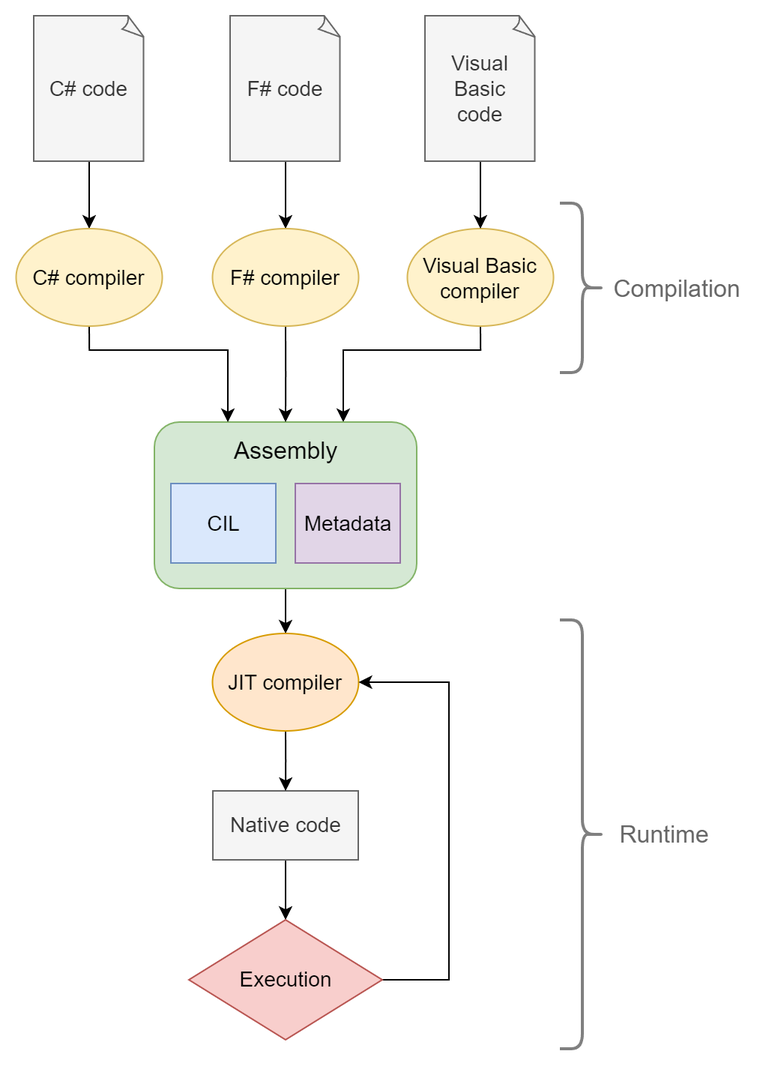
The draw.io diagram img/compilation.png in VL-CZ/master-thesis, before a commit. Source tidied: cells renumbered, new cells last; positions are measured from the earlier drawing's top-left corner, leaving out a move shared by most shapes.
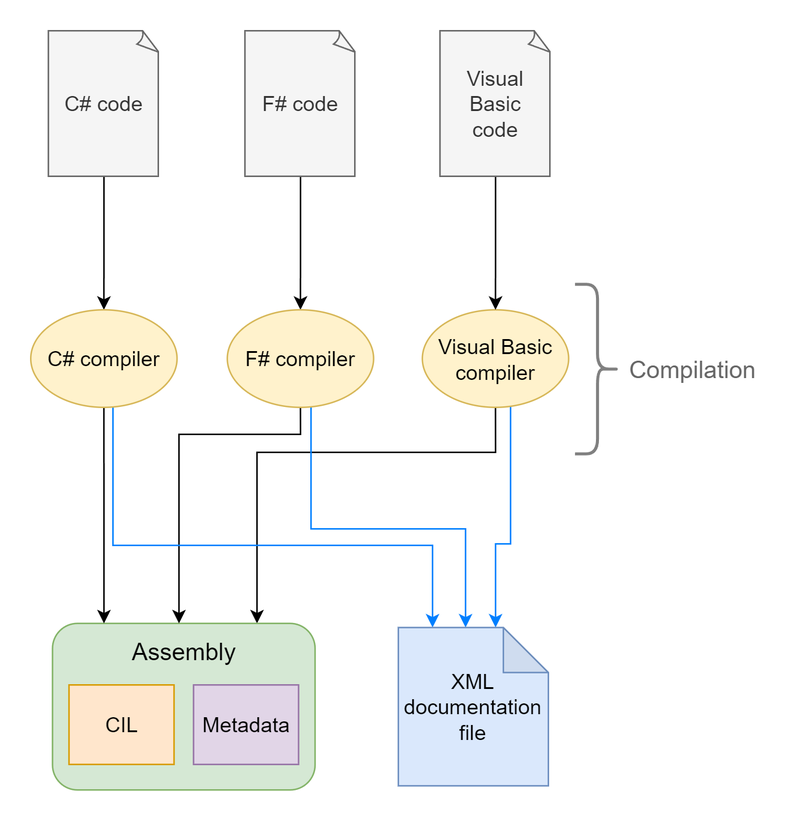
Above is the later version.

Diff of the diagram source:
```diff
@@ -2,101 +2,101 @@
   <root>
     <mxCell id="0" />
     <mxCell id="1" parent="0" />
-    <mxCell id="2" style="edgeStyle=orthogonalEdgeStyle;rounded=0;jettySize=auto;html=1;" parent="1" edge="1" source="3" target="24">
-      <mxGeometry relative="1" as="geometry" />
-    </mxCell>
-    <mxCell id="3" value="Native code" style="rounded=0;whiteSpace=wrap;html=1;fontSize=14;fillColor=#f5f5f5;fontColor=#333333;strokeColor=#666666;" parent="1" vertex="1">
-      <mxGeometry x="131.5" y="517" width="97" height="46" as="geometry" />
-    </mxCell>
-    <mxCell id="4" style="edgeStyle=orthogonalEdgeStyle;rounded=0;jettySize=auto;html=1;entryX=1;entryY=0;entryDx=0;entryDy=0;" parent="1" edge="1" source="5" target="14">
-      <mxGeometry relative="1" as="geometry">
-        <Array as="points">
-          <mxPoint x="310" y="223" />
-          <mxPoint x="219" y="223" />
-        </Array>
-      </mxGeometry>
-    </mxCell>
+    <mxCell id="29" style="edgeStyle=orthogonalEdgeStyle;rounded=0;jettySize=auto;html=1;" parent="1" edge="1" source="5" target="13">
+      <mxGeometry relative="1" as="geometry">
+        <Array as="points">
+          <mxPoint x="452.8" y="439" />
+          <mxPoint x="293.8" y="439" />
+        </Array>
+      </mxGeometry>
+    </mxCell>
+    <mxCell id="30" style="edgeStyle=orthogonalEdgeStyle;rounded=0;jettySize=auto;html=1;strokeColor=#007FFF;" parent="1" edge="1" source="5" target="34">
+      <mxGeometry relative="1" as="geometry">
+        <Array as="points">
+          <mxPoint x="462.8" y="500" />
+          <mxPoint x="452.8" y="500" />
+        </Array>
+      </mxGeometry>
+    </mxCell>
     <mxCell id="5" value="Visual Basic compiler" style="ellipse;whiteSpace=wrap;html=1;fillColor=#fff2cc;strokeColor=#d6b656;fontSize=14;" parent="1" vertex="1">
-      <mxGeometry x="261.2" y="142" width="97.5" height="65" as="geometry" />
+      <mxGeometry x="404" y="344" width="97.5" height="65" as="geometry" />
     </mxCell>
     <mxCell id="6" style="edgeStyle=orthogonalEdgeStyle;rounded=0;jettySize=auto;html=1;" parent="1" edge="1" source="7" target="5">
       <mxGeometry relative="1" as="geometry" />
     </mxCell>
     <mxCell id="7" value="Visual Basic &lt;br&gt;code" style="whiteSpace=wrap;html=1;shape=mxgraph.basic.document;fillColor=#f5f5f5;fontColor=#333333;strokeColor=#666666;fontSize=14;" parent="1" vertex="1">
-      <mxGeometry x="273" width="74" height="97" as="geometry" />
+      <mxGeometry x="415.8" y="158" width="74" height="97" as="geometry" />
     </mxCell>
     <mxCell id="8" style="edgeStyle=orthogonalEdgeStyle;rounded=0;jettySize=auto;html=1;" parent="1" edge="1" source="9" target="17">
       <mxGeometry relative="1" as="geometry" />
     </mxCell>
     <mxCell id="9" value="F# code" style="whiteSpace=wrap;html=1;shape=mxgraph.basic.document;fillColor=#f5f5f5;fontColor=#333333;strokeColor=#666666;fontSize=14;" parent="1" vertex="1">
-      <mxGeometry x="143" width="74" height="97" as="geometry" />
+      <mxGeometry x="285.8" y="158" width="74" height="97" as="geometry" />
     </mxCell>
     <mxCell id="10" style="edgeStyle=orthogonalEdgeStyle;rounded=0;jettySize=auto;html=1;" parent="1" edge="1" source="11" target="19">
       <mxGeometry relative="1" as="geometry" />
     </mxCell>
     <mxCell id="11" value="C# code" style="whiteSpace=wrap;html=1;shape=mxgraph.basic.document;fillColor=#f5f5f5;fontColor=#333333;strokeColor=#666666;fontSize=14;" parent="1" vertex="1">
-      <mxGeometry x="12" width="74" height="97" as="geometry" />
+      <mxGeometry x="154.8" y="158" width="74" height="97" as="geometry" />
     </mxCell>
-    <mxCell id="12" style="edgeStyle=orthogonalEdgeStyle;rounded=0;jettySize=auto;html=1;" parent="1" edge="1" source="13" target="21">
-      <mxGeometry relative="1" as="geometry" />
-    </mxCell>
     <mxCell id="13" style="rounded=1;whiteSpace=wrap;html=1;fillColor=#d5e8d4;strokeColor=#82b366;fontSize=14;" parent="1" vertex="1">
-      <mxGeometry x="92.5" y="271" width="175" height="111" as="geometry" />
+      <mxGeometry x="157.5" y="553" width="175" height="111" as="geometry" />
     </mxCell>
     <mxCell id="14" value="Assembly" style="text;html=1;align=center;verticalAlign=middle;whiteSpace=wrap;rounded=0;fontSize=16;" parent="1" vertex="1">
-      <mxGeometry x="141.5" y="271" width="77" height="38.5" as="geometry" />
+      <mxGeometry x="206.5" y="553" width="77" height="38.5" as="geometry" />
     </mxCell>
     <mxCell id="15" value="Metadata" style="rounded=0;whiteSpace=wrap;html=1;fillColor=#e1d5e7;strokeColor=#9673a6;fontSize=14;" parent="1" vertex="1">
-      <mxGeometry x="186.5" y="312" width="70" height="53" as="geometry" />
+      <mxGeometry x="251.5" y="594" width="70" height="53" as="geometry" />
     </mxCell>
     <mxCell id="16" style="edgeStyle=orthogonalEdgeStyle;rounded=0;jettySize=auto;html=1;" parent="1" edge="1" source="17" target="13">
-      <mxGeometry relative="1" as="geometry" />
+      <mxGeometry relative="1" as="geometry">
+        <Array as="points">
+          <mxPoint x="322.8" y="427" />
+          <mxPoint x="241.8" y="427" />
+        </Array>
+      </mxGeometry>
     </mxCell>
+    <mxCell id="31" style="edgeStyle=orthogonalEdgeStyle;rounded=0;jettySize=auto;html=1;strokeColor=#007FFF;" parent="1" edge="1" source="17" target="34">
+      <mxGeometry relative="1" as="geometry">
+        <Array as="points">
+          <mxPoint x="329.8" y="490" />
+          <mxPoint x="432.8" y="490" />
+        </Array>
+      </mxGeometry>
+    </mxCell>
     <mxCell id="17" value="F# compiler" style="ellipse;whiteSpace=wrap;html=1;fillColor=#fff2cc;strokeColor=#d6b656;fontSize=14;" parent="1" vertex="1">
-      <mxGeometry x="131.2" y="142" width="97.5" height="65" as="geometry" />
+      <mxGeometry x="274" y="344" width="97.5" height="65" as="geometry" />
     </mxCell>
-    <mxCell id="18" style="edgeStyle=orthogonalEdgeStyle;rounded=0;jettySize=auto;html=1;entryX=0;entryY=0;entryDx=0;entryDy=0;" parent="1" edge="1" source="19" target="14">
-      <mxGeometry relative="1" as="geometry">
-        <Array as="points">
-          <mxPoint x="49" y="223" />
-          <mxPoint x="142" y="223" />
-        </Array>
-      </mxGeometry>
-    </mxCell>
+    <mxCell id="32" style="edgeStyle=orthogonalEdgeStyle;rounded=0;jettySize=auto;html=1;" parent="1" edge="1" source="19" target="13">
+      <mxGeometry relative="1" as="geometry">
+        <Array as="points">
+          <mxPoint x="191.8" y="483" />
+          <mxPoint x="191.8" y="483" />
+        </Array>
+      </mxGeometry>
+    </mxCell>
+    <mxCell id="33" style="edgeStyle=orthogonalEdgeStyle;rounded=0;jettySize=auto;html=1;strokeColor=#007FFF;" parent="1" edge="1" source="19" target="34">
+      <mxGeometry relative="1" as="geometry">
+        <Array as="points">
+          <mxPoint x="197.8" y="501" />
+          <mxPoint x="410.8" y="501" />
+        </Array>
+      </mxGeometry>
+    </mxCell>
     <mxCell id="19" value="C# compiler" style="ellipse;whiteSpace=wrap;html=1;fillColor=#fff2cc;strokeColor=#d6b656;fontSize=14;" parent="1" vertex="1">
-      <mxGeometry x="0.2" y="142" width="97.5" height="65" as="geometry" />
+      <mxGeometry x="143" y="344" width="97.5" height="65" as="geometry" />
     </mxCell>
-    <mxCell id="20" style="edgeStyle=orthogonalEdgeStyle;rounded=0;jettySize=auto;html=1;" parent="1" edge="1" source="21" target="3">
-      <mxGeometry relative="1" as="geometry" />
-    </mxCell>
-    <mxCell id="21" value="JIT compiler" style="ellipse;whiteSpace=wrap;html=1;fillColor=#ffe6cc;strokeColor=#d79b00;fontSize=14;" parent="1" vertex="1">
-      <mxGeometry x="131.2" y="412" width="97.5" height="65" as="geometry" />
-    </mxCell>
-    <mxCell id="22" value="CIL" style="rounded=0;whiteSpace=wrap;html=1;fillColor=#dae8fc;strokeColor=#6c8ebf;fontSize=14;" parent="1" vertex="1">
-      <mxGeometry x="103.5" y="312" width="70" height="53" as="geometry" />
+    <mxCell id="22" value="CIL" style="rounded=0;whiteSpace=wrap;html=1;fillColor=#ffe6cc;strokeColor=#d79b00;fontSize=14;" parent="1" vertex="1">
+      <mxGeometry x="168.5" y="594" width="70" height="53" as="geometry" />
     </mxCell>
-    <mxCell id="23" style="edgeStyle=orthogonalEdgeStyle;rounded=0;jettySize=auto;html=1;entryX=1;entryY=0.5;entryDx=0;entryDy=0;exitX=1;exitY=0.5;exitDx=0;exitDy=0;" parent="1" edge="1" source="24" target="21">
-      <mxGeometry relative="1" as="geometry">
-        <Array as="points">
-          <mxPoint x="289" y="643" />
-          <mxPoint x="289" y="445" />
-        </Array>
-      </mxGeometry>
-    </mxCell>
-    <mxCell id="24" value="Execution" style="rhombus;whiteSpace=wrap;html=1;fontSize=14;fillColor=#f8cecc;strokeColor=#b85450;" parent="1" vertex="1">
-      <mxGeometry x="115.5" y="603" width="129" height="80" as="geometry" />
-    </mxCell>
-    <mxCell id="25" style="shape=curlyBracket;whiteSpace=wrap;html=1;rounded=1;flipH=1;labelPosition=right;verticalLabelPosition=middle;align=left;verticalAlign=middle;fillColor=#647687;fontColor=#ffffff;strokeColor=#808080;strokeWidth=2;" parent="1" vertex="1">
-      <mxGeometry x="363" y="403" width="30" height="286" as="geometry" />
-    </mxCell>
-    <mxCell id="26" value="Runtime" style="text;html=1;align=center;verticalAlign=middle;whiteSpace=wrap;rounded=0;fontSize=16;fontColor=#666666;" parent="1" vertex="1">
-      <mxGeometry x="397.2" y="531" width="72" height="30" as="geometry" />
-    </mxCell>
     <mxCell id="27" value="Compilation" style="text;html=1;align=center;verticalAlign=middle;whiteSpace=wrap;rounded=0;fontSize=16;fontColor=#666666;" parent="1" vertex="1">
-      <mxGeometry x="397.2" y="166.5" width="89" height="30" as="geometry" />
+      <mxGeometry x="540" y="368.5" width="89" height="30" as="geometry" />
     </mxCell>
     <mxCell id="28" style="shape=curlyBracket;whiteSpace=wrap;html=1;rounded=1;flipH=1;labelPosition=right;verticalLabelPosition=middle;align=left;verticalAlign=middle;fillColor=#647687;fontColor=#ffffff;strokeColor=#808080;strokeWidth=2;" parent="1" vertex="1">
-      <mxGeometry x="363" y="125" width="30" height="113" as="geometry" />
+      <mxGeometry x="505.8" y="327" width="30" height="113" as="geometry" />
     </mxCell>
+    <mxCell id="34" value="&lt;font style=&quot;font-size: 14px;&quot;&gt;XML documentation file&lt;/font&gt;" style="shape=note;whiteSpace=wrap;html=1;backgroundOutline=1;darkOpacity=0.05;fillColor=#dae8fc;strokeColor=#6c8ebf;" parent="1" vertex="1">
+      <mxGeometry x="388" y="555.8" width="100" height="105.5" as="geometry" />
+    </mxCell>
   </root>
 </mxGraphModel>
```
